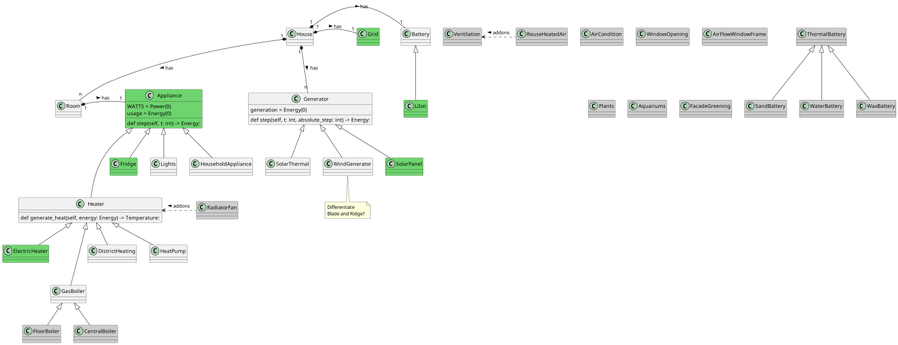
The PlantUML diagram backend/res/Components.png in wicket1001/the-cube, before a commit.
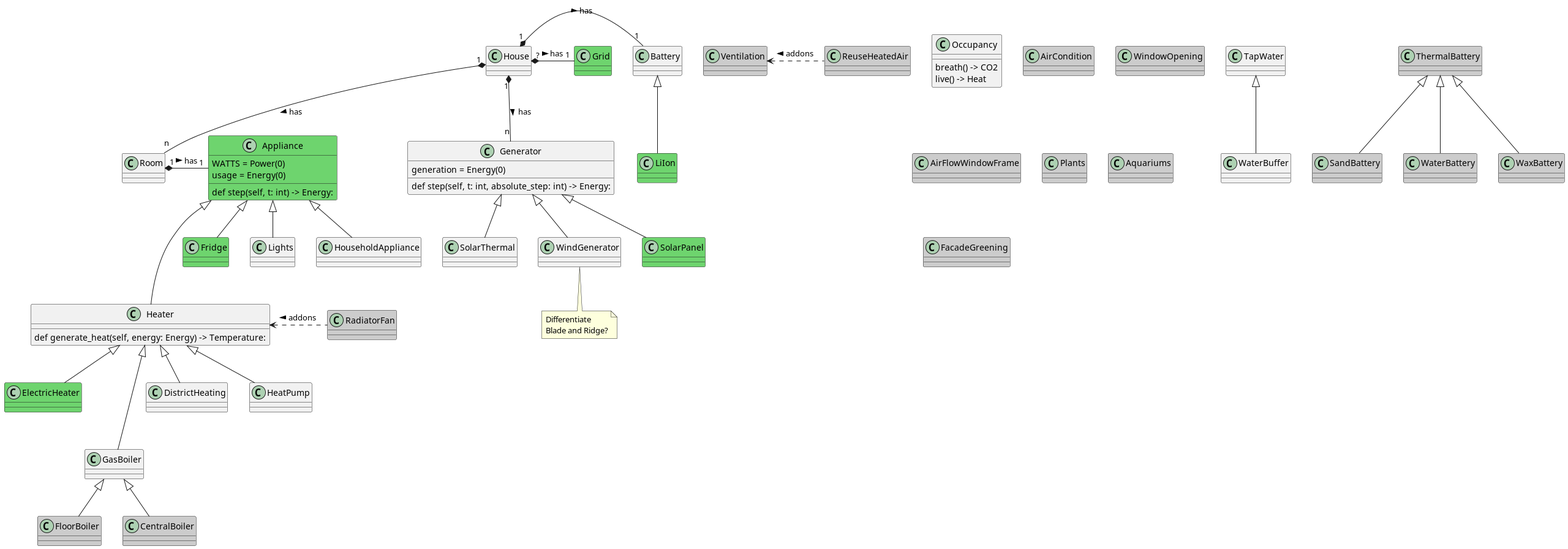
The same diagram one commit later.

What changed in the source:
```diff
@@ -1,4 +1,14 @@
 @startuml
+
+class Occupancy {
+breath() -> CO2
+live() -> Heat
+}
+
+class TapWater
+class WaterBuffer
+TapWater <|-- WaterBuffer
+
 class Room
 class Heater
 class Grid #6ED46E
```
